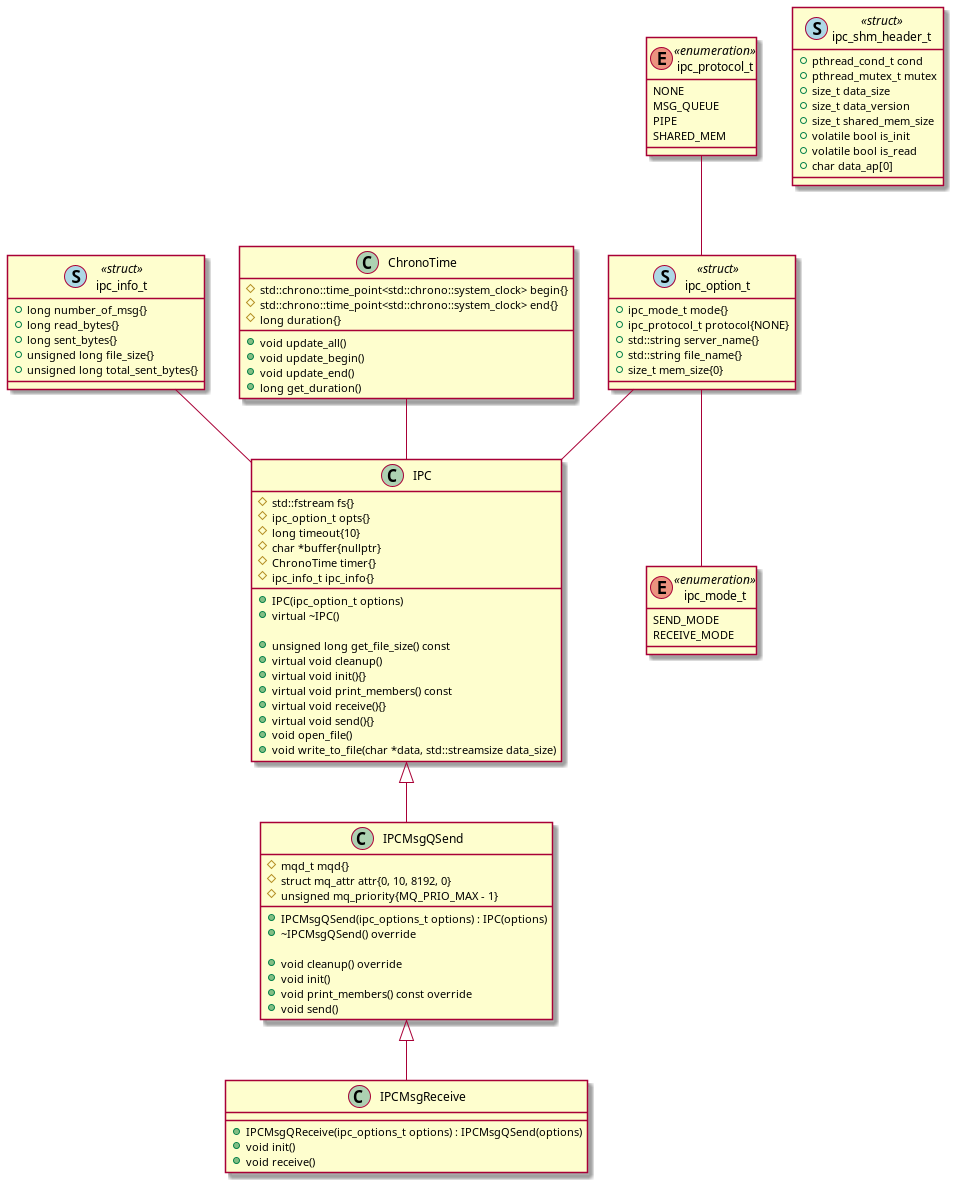
Above: img/current_implementation.png in baovu-unikie/file_transfer_cpp (PlantUML), before the change.
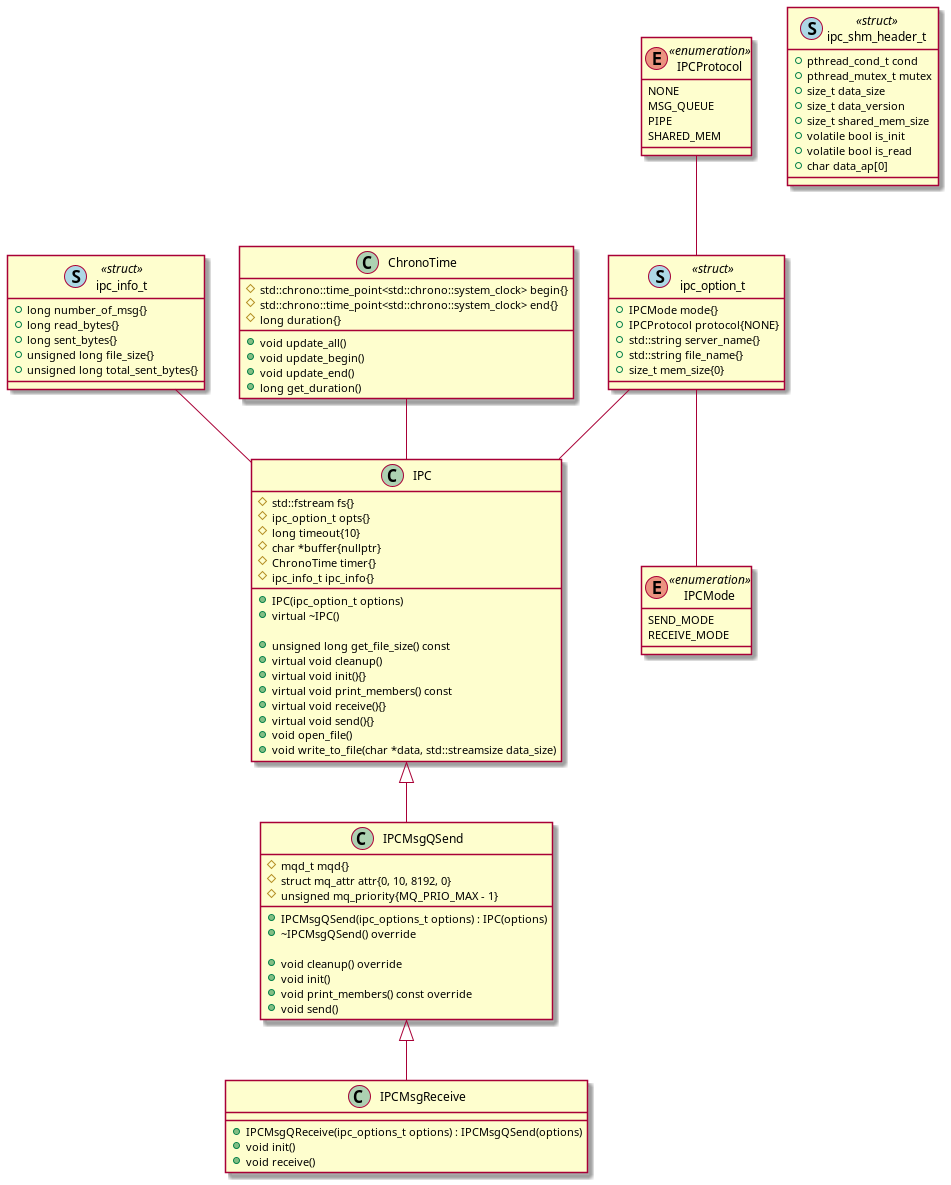
The same file after the commit.

Diff of the diagram source:
```diff
@@ -43,7 +43,7 @@
 	+ void receive()
 }
 
-enum ipc_protocol_t<<enumeration>>
+enum IPCProtocol<<enumeration>>
 {
 	NONE
 	MSG_QUEUE
@@ -51,7 +51,7 @@
 	SHARED_MEM
 }
 
-enum ipc_mode_t<<enumeration>>
+enum IPCMode<<enumeration>>
 {
 	SEND_MODE
 	RECEIVE_MODE
@@ -59,8 +59,8 @@
 
 class ipc_option_t << (S,lightblue) struct>>
 {
-	+ ipc_mode_t mode{}
-	+ ipc_protocol_t protocol{NONE}
+	+ IPCMode mode{}
+	+ IPCProtocol protocol{NONE}
 	+ std::string server_name{}
 	+ std::string file_name{}
 	+ size_t mem_size{0}
@@ -102,9 +102,9 @@
 IPC <|-- IPCMsgQSend
 IPCMsgQSend <|-- IPCMsgReceive
 
-ipc_protocol_t -- ipc_option_t
+IPCProtocol -- ipc_option_t
 ipc_option_t -- IPC
-ipc_option_t -- ipc_mode_t
+ipc_option_t -- IPCMode
 ipc_info_t --  IPC
 ChronoTime -- IPC
 
```
